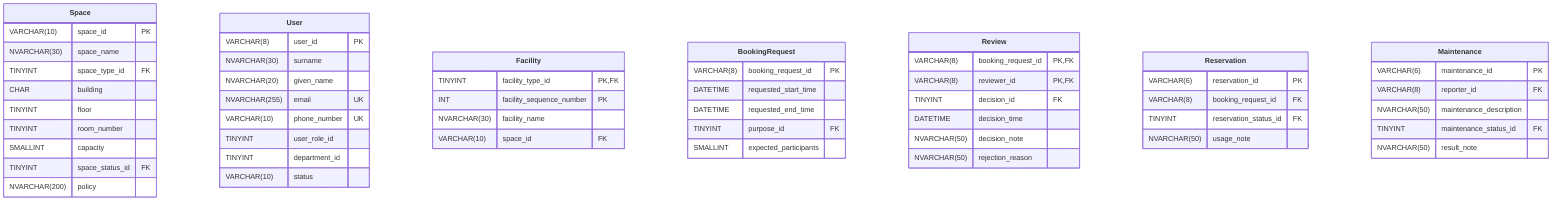
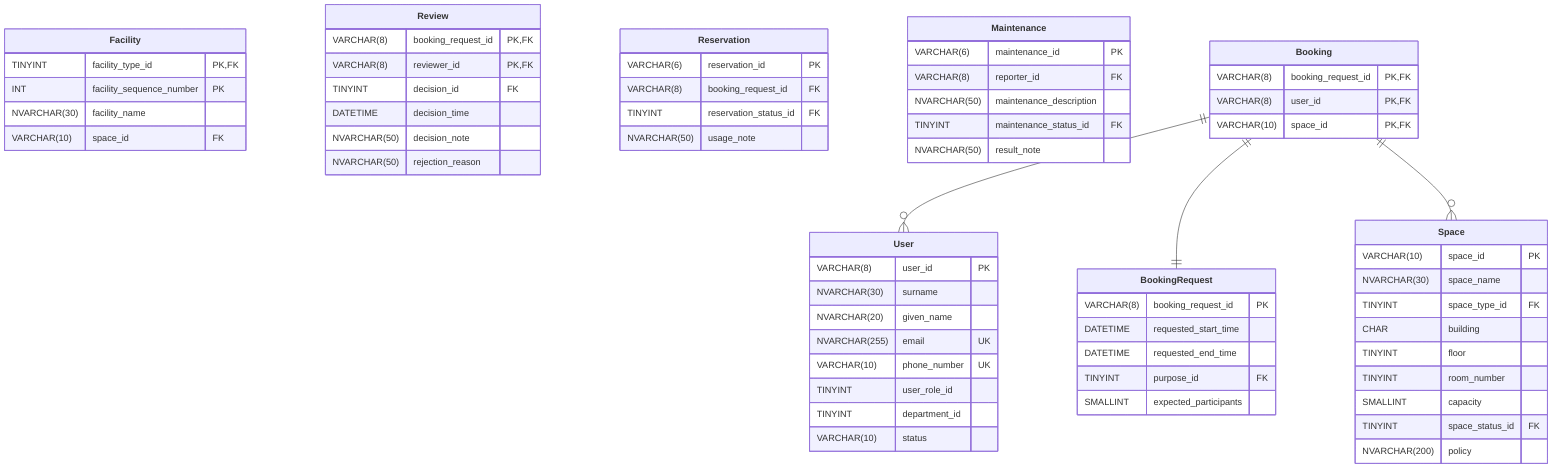
erDiagram

- %% ENTITIES
+ %%%%%%%%%%%%%%%%%%%%%%%%%%%%%%%%%%%%%
+ %%%%%%%%%%%%% ENTITIES %%%%%%%%%%%%%%
+ %%%%%%%%%%%%%%%%%%%%%%%%%%%%%%%%%%%%%
**Space** {
	VARCHAR(10) 	space_id 					PK
	NVARCHAR(30) 	space_name
	TINYINT 		space_type_id 				FK
	CHAR 			building
	TINYINT 		floor
	TINYINT 		room_number
	SMALLINT 		capacity
	TINYINT 		space_status_id				FK
	NVARCHAR(200) 	policy
}

**User** {
	VARCHAR(8) 		user_id 					PK
	NVARCHAR(30) 	surname
	NVARCHAR(20) 	given_name
	NVARCHAR(255) 	email 						UK
	VARCHAR(10) 	phone_number 				UK
	TINYINT 		user_role_id
	TINYINT 		department_id
	VARCHAR(10) 	status
}

**Facility** {
	TINYINT 		facility_type_id 			PK, FK
	INT 			facility_sequence_number 	PK
	NVARCHAR(30) 	facility_name
	VARCHAR(10) 	space_id 					FK
}

**BookingRequest** {
	VARCHAR(8) 		booking_request_id 			PK
	DATETIME 		requested_start_time
	DATETIME 		requested_end_time
	TINYINT 		purpose_id 					FK
	SMALLINT 		expected_participants
}

**Review** {
	VARCHAR(8) 		booking_request_id 			PK, FK
	VARCHAR(8) 		reviewer_id 				PK, FK
	TINYINT 		decision_id 				FK
	DATETIME 		decision_time
	NVARCHAR(50) 	decision_note
	NVARCHAR(50) 	rejection_reason
}

**Reservation** {
	VARCHAR(6) 		reservation_id 				PK
	VARCHAR(8) 		booking_request_id 			FK
	TINYINT 		reservation_status_id 		FK
	NVARCHAR(50)	usage_note
}

**Maintenance** {
	VARCHAR(6)		maintenance_id				PK
	VARCHAR(8)		reporter_id					FK
	NVARCHAR(50)	maintenance_description
	TINYINT			maintenance_status_id		FK
	NVARCHAR(50)	result_note
- }+ }
+ 
+ %%%%%%%%%%%%%%%%%%%%%%%%%%%%%%%%
+ %%% RELATIONSHIPS (EXCITING) %%%
+ %%%%%%%%%%%%%%%%%%%%%%%%%%%%%%%%
+ **Booking** {
+ 	VARCHAR(8)		booking_request_id			PK, FK
+ 	VARCHAR(8)		user_id						PK, FK
+ 	VARCHAR(10)		space_id					PK, FK
+ }
+ **Booking** ||--o{ **User** : ​
+ **Booking** ||--|| **BookingRequest** : ​
+ **Booking** ||--o{ **Space** : ​